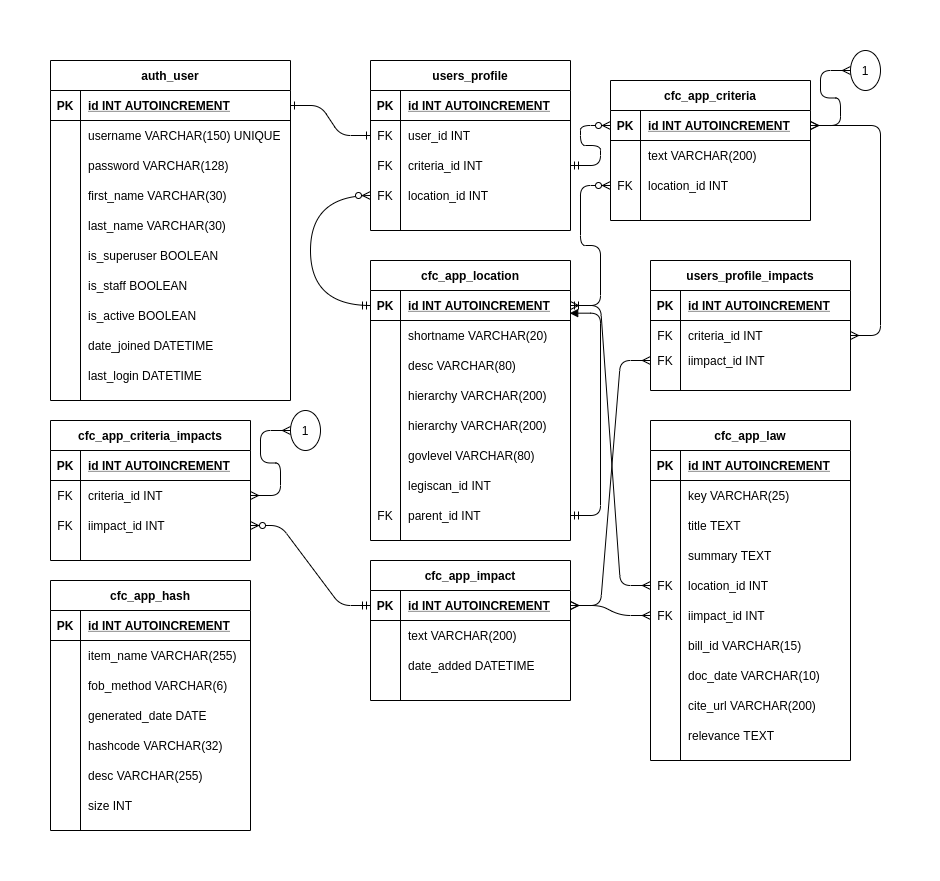
Earlier version of the draw.io export docs/database-schema1.png (Call-for-Code-for-Racial-Justice/Legit-Info). Source tidied: cells renumbered, new cells last; positions are measured from the earlier drawing's top-left corner, leaving out a move shared by most shapes.
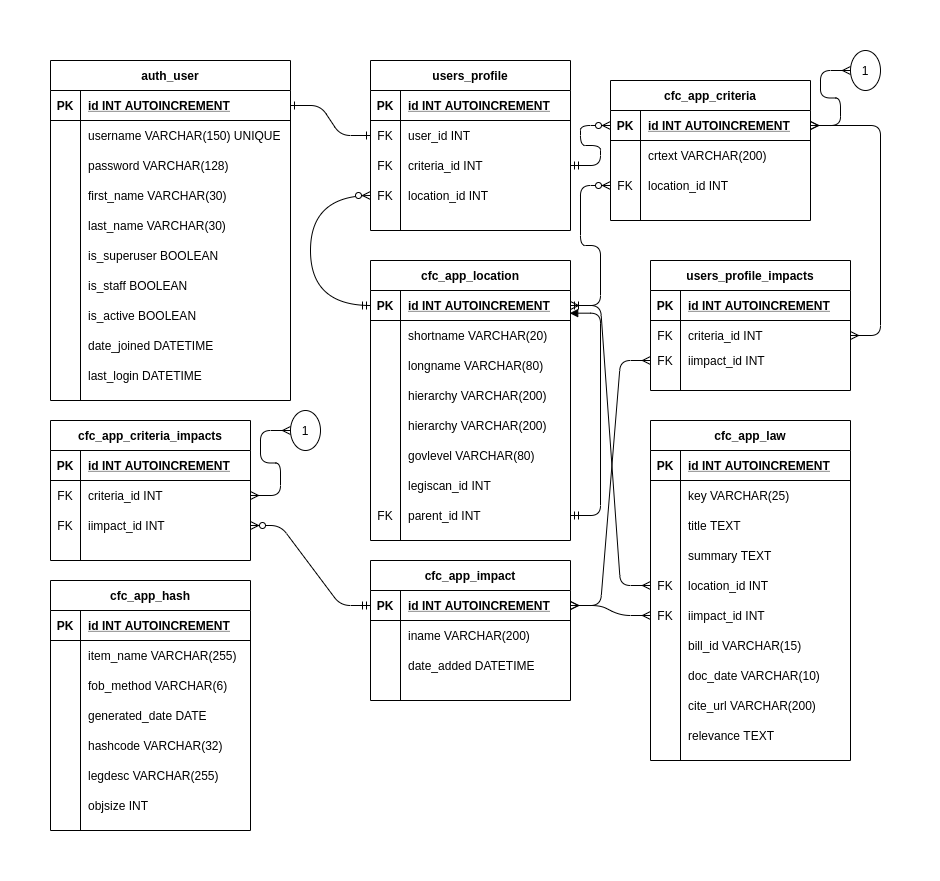
Above is the later version.

Diff of the diagram source:
```diff
@@ -173,7 +173,7 @@
     <mxCell id="58" style="shape=partialRectangle;fillColor=none;top=0;left=0;bottom=0;right=0;overflow=hidden;" parent="57" vertex="1">
       <mxGeometry width="30" height="30" as="geometry" />
     </mxCell>
-    <mxCell id="59" value="desc VARCHAR(80)" style="shape=partialRectangle;fillColor=none;top=0;left=0;bottom=0;right=0;align=left;spacingLeft=6;overflow=hidden;" parent="57" vertex="1">
+    <mxCell id="59" value="longname VARCHAR(80)" style="shape=partialRectangle;fillColor=none;top=0;left=0;bottom=0;right=0;align=left;spacingLeft=6;overflow=hidden;" parent="57" vertex="1">
       <mxGeometry x="30" width="170" height="30" as="geometry" />
     </mxCell>
     <mxCell id="60" style="shape=partialRectangle;fillColor=none;top=0;left=0;bottom=0;right=0;" parent="50" vertex="1">
@@ -249,7 +249,7 @@
     <mxCell id="82" style="shape=partialRectangle;overflow=hidden;fillColor=none;top=0;left=0;bottom=0;right=0;" parent="81" vertex="1">
       <mxGeometry width="30" height="30" as="geometry" />
     </mxCell>
-    <mxCell id="83" value="text VARCHAR(200)" style="shape=partialRectangle;overflow=hidden;fillColor=none;top=0;left=0;bottom=0;right=0;align=left;spacingLeft=6;" parent="81" vertex="1">
+    <mxCell id="83" value="crtext VARCHAR(200)" style="shape=partialRectangle;overflow=hidden;fillColor=none;top=0;left=0;bottom=0;right=0;align=left;spacingLeft=6;" parent="81" vertex="1">
       <mxGeometry x="30" width="170" height="30" as="geometry" />
     </mxCell>
     <mxCell id="84" style="shape=partialRectangle;fillColor=none;points=[[0,0.5],[1,0.5]];portConstraint=eastwest;top=0;left=0;right=0;bottom=0;" parent="77" vertex="1">
@@ -380,7 +380,7 @@
     <mxCell id="124" style="shape=partialRectangle;overflow=hidden;fillColor=none;top=0;left=0;bottom=0;right=0;" parent="123" vertex="1">
       <mxGeometry width="30" height="30" as="geometry" />
     </mxCell>
-    <mxCell id="125" value="text VARCHAR(200)" style="shape=partialRectangle;overflow=hidden;fillColor=none;top=0;left=0;bottom=0;right=0;align=left;spacingLeft=6;" parent="123" vertex="1">
+    <mxCell id="125" value="iname VARCHAR(200)" style="shape=partialRectangle;overflow=hidden;fillColor=none;top=0;left=0;bottom=0;right=0;align=left;spacingLeft=6;" parent="123" vertex="1">
       <mxGeometry x="30" width="170" height="30" as="geometry" />
     </mxCell>
     <mxCell id="126" style="shape=partialRectangle;fillColor=none;top=0;left=0;right=0;bottom=0;" parent="119" vertex="1">
@@ -572,7 +572,7 @@
     <mxCell id="188" style="shape=partialRectangle;fillColor=none;top=0;left=0;bottom=0;right=0;overflow=hidden;" parent="187" vertex="1">
       <mxGeometry width="30" height="30" as="geometry" />
     </mxCell>
-    <mxCell id="189" value="desc VARCHAR(255)" style="shape=partialRectangle;fillColor=none;top=0;left=0;bottom=0;right=0;align=left;spacingLeft=6;overflow=hidden;" parent="187" vertex="1">
+    <mxCell id="189" value="legdesc VARCHAR(255)" style="shape=partialRectangle;fillColor=none;top=0;left=0;bottom=0;right=0;align=left;spacingLeft=6;overflow=hidden;" parent="187" vertex="1">
       <mxGeometry x="30" width="170" height="30" as="geometry" />
     </mxCell>
     <mxCell id="190" style="shape=partialRectangle;fillColor=none;top=0;left=0;bottom=0;right=0;" parent="171" vertex="1">
@@ -581,7 +581,7 @@
     <mxCell id="191" style="shape=partialRectangle;fillColor=none;top=0;left=0;bottom=0;right=0;overflow=hidden;" parent="190" vertex="1">
       <mxGeometry width="30" height="30" as="geometry" />
     </mxCell>
-    <mxCell id="192" value="size INT" style="shape=partialRectangle;fillColor=none;top=0;left=0;bottom=0;right=0;align=left;spacingLeft=6;overflow=hidden;" parent="190" vertex="1">
+    <mxCell id="192" value="objsize INT" style="shape=partialRectangle;fillColor=none;top=0;left=0;bottom=0;right=0;align=left;spacingLeft=6;overflow=hidden;" parent="190" vertex="1">
       <mxGeometry x="30" width="170" height="30" as="geometry" />
     </mxCell>
   </root>
```
